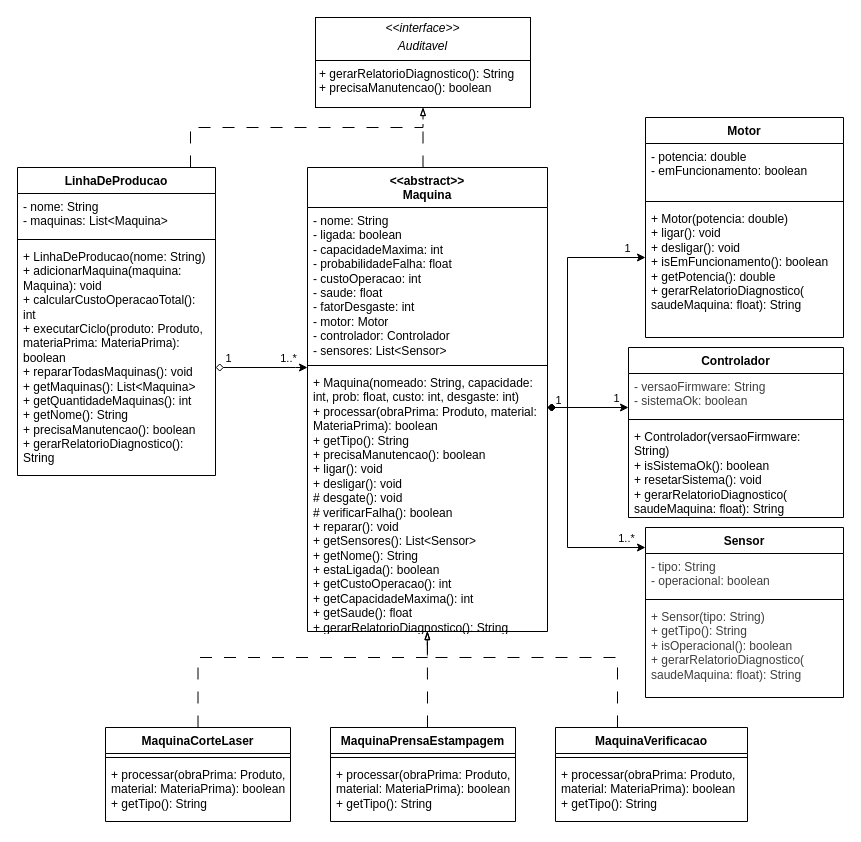
Earlier version of the draw.io diagram DiagramaLatariaProducao.drawio (Guninja/MC322-testes). Source tidied: cells renumbered, new cells numbered last; positions are measured from the earlier drawing's top-left corner, leaving out a move shared by most shapes. Both pictures are drawn from the tidied source at 100%, with x=0, y=0 at pixel (17, 17).
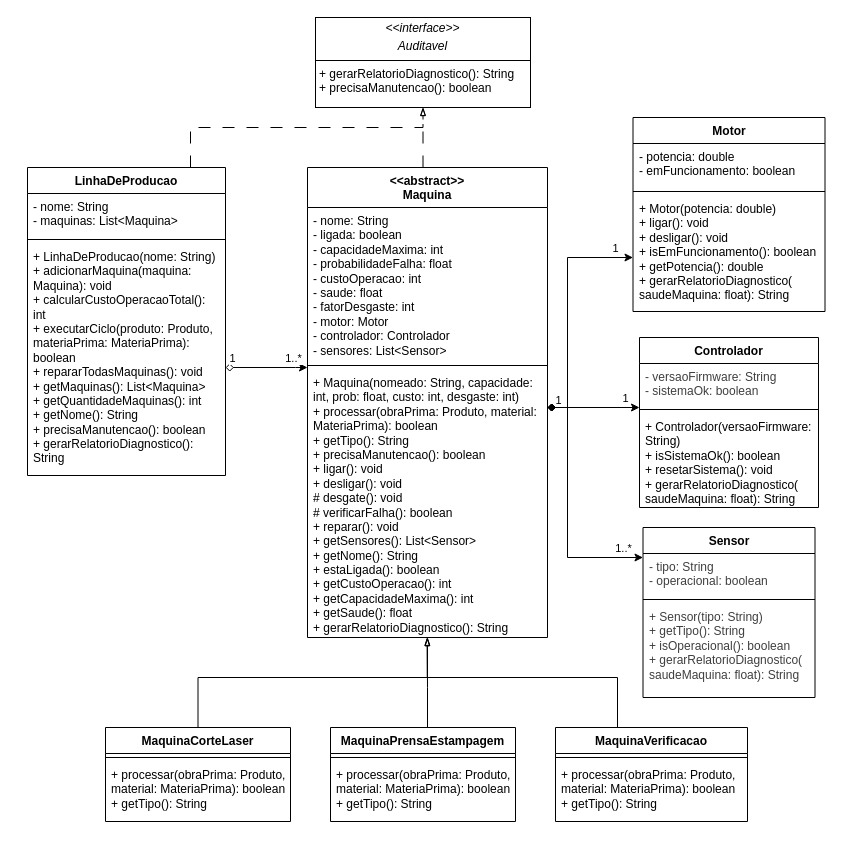
After the change.

Commit message (it also covers changes not shown here):
ajuste no diagrama

The change refers to these unchanged cells:
```xml
<mxCell id="32" value="MaquinaPrensaEstampagem" style="swimlane;fontStyle=1;align=center;verticalAlign=top;horizontal=1;startSize=26;whiteSpace=wrap;html=1;" parent="1" vertex="1">
  <mxGeometry x="313" y="710" width="185" height="94" as="geometry" />
</mxCell>
<mxCell id="35" value="MaquinaCorteLaser" style="swimlane;fontStyle=1;align=center;verticalAlign=top;horizontal=1;startSize=26;whiteSpace=wrap;html=1;" parent="1" vertex="1">
  <mxGeometry x="88" y="710" width="185" height="94" as="geometry" />
</mxCell>
<mxCell id="38" value="MaquinaVerificacao" style="swimlane;fontStyle=1;align=center;verticalAlign=top;horizontal=1;startSize=26;whiteSpace=wrap;html=1;" parent="1" vertex="1">
  <mxGeometry x="538" y="710" width="192" height="94" as="geometry" />
</mxCell>
```

Diff of the diagram source:
```diff
@@
     <mxCell id="4" value="LinhaDeProducao" style="swimlane;fontStyle=1;align=center;verticalAlign=top;horizontal=1;startSize=26;whiteSpace=wrap;html=1;" parent="1" vertex="1">
-      <mxGeometry y="150" width="198" height="308" as="geometry" />
+      <mxGeometry x="10" y="150" width="198" height="308" as="geometry" />
     </mxCell>
@@
     <mxCell id="12" style="edgeStyle=orthogonalEdgeStyle;rounded=0;jettySize=auto;html=1;defaultLabelBackgroundColor=page;startArrow=diamond;startFill=1;" parent="1" edge="1" source="16" target="24">
-      <mxGeometry x="0.12" relative="1" as="geometry">
+      <mxGeometry x="0.07" relative="1" as="geometry">
         <Array as="points">
           <mxPoint x="550" y="390" />
-          <mxPoint x="550" y="530" />
+          <mxPoint x="550" y="540" />
         </Array>
       </mxGeometry>
     </mxCell>
@@
     <mxCell id="14" value="1" style="edgeLabel;html=1;align=center;verticalAlign=middle;inheritText=1;defaultLabelBackgroundColor=page;" parent="12" vertex="1">
-      <mxGeometry x="-0.88" y="2" relative="1" as="geometry">
+      <mxGeometry x="-0.89" y="2" relative="1" as="geometry">
         <mxPoint x="-4" y="-6" as="offset" />
       </mxGeometry>
     </mxCell>
@@
     <mxCell id="16" value="&lt;div&gt;&amp;lt;&amp;lt;abstract&amp;gt;&amp;gt;&lt;/div&gt;&lt;div&gt;Maquina&lt;/div&gt;" style="swimlane;fontStyle=1;align=center;verticalAlign=top;horizontal=1;startSize=40;whiteSpace=wrap;html=1;" parent="1" vertex="1">
-      <mxGeometry x="290" y="150" width="240" height="464" as="geometry" />
+      <mxGeometry x="290" y="150" width="240" height="470" as="geometry" />
     </mxCell>
@@
     <mxCell id="19" value="&lt;div&gt;+ Maquina(nomeado: String, capacidade: int, prob: float, custo: int, desgaste: int)&lt;/div&gt;&lt;div&gt;+ processar(obraPrima: Produto, material: MateriaPrima): boolean&lt;/div&gt;&lt;div&gt;+ getTipo(): String&lt;/div&gt;&lt;div&gt;+ precisaManutencao(): boolean&lt;/div&gt;&lt;div&gt;+ ligar(): void&lt;/div&gt;&lt;div&gt;+ desligar(): void&lt;/div&gt;&lt;div&gt;# desgate(): void&lt;/div&gt;&lt;div&gt;# verificarFalha(): boolean&lt;/div&gt;&lt;div&gt;+ reparar(): void&lt;br&gt;+ getSensores(): List&amp;lt;Sensor&amp;gt;&lt;/div&gt;&lt;div&gt;+ getNome(): String&lt;/div&gt;&lt;div&gt;+ estaLigada(): boolean&lt;/div&gt;&lt;div&gt;+ getCustoOperacao(): int&lt;/div&gt;&lt;div&gt;+ getCapacidadeMaxima(): int&lt;/div&gt;&lt;div&gt;+ getSaude(): float&lt;/div&gt;&lt;div&gt;+ gerarRelatorioDiagnostico(): String&lt;/div&gt;" style="text;strokeColor=none;fillColor=none;align=left;verticalAlign=top;spacingLeft=4;spacingRight=4;overflow=hidden;points=[[0,0.5],[1,0.5]];portConstraint=eastwest;whiteSpace=wrap;html=1;" parent="16" vertex="1">
-      <mxGeometry y="202" width="240" height="262" as="geometry" />
+      <mxGeometry y="202" width="240" height="268" as="geometry" />
     </mxCell>
     <mxCell id="20" value="Motor" style="swimlane;fontStyle=1;align=center;verticalAlign=top;horizontal=1;startSize=26;whiteSpace=wrap;html=1;" parent="1" vertex="1">
-      <mxGeometry x="628" y="100" width="198" height="220" as="geometry" />
+      <mxGeometry x="615.5" y="100" width="192" height="194" as="geometry" />
     </mxCell>
-    <mxCell id="21" value="- potencia: double&lt;div&gt;- emFuncionamento: boolean&lt;/div&gt;" style="text;strokeColor=none;fillColor=none;align=left;verticalAlign=top;spacingLeft=4;spacingRight=4;overflow=hidden;whiteSpace=wrap;html=1;" parent="20" vertex="1">
-      <mxGeometry y="26" width="198" height="54" as="geometry" />
+    <mxCell id="21" value="&lt;div&gt;&lt;font color=&quot;#000000&quot;&gt;- potencia: double&lt;/font&gt;&lt;/div&gt;&lt;div&gt;- emFuncionamento: boolean&lt;/div&gt;" style="text;strokeColor=none;fillColor=none;align=left;verticalAlign=top;spacingLeft=4;spacingRight=4;overflow=hidden;whiteSpace=wrap;html=1;" parent="20" vertex="1">
+      <mxGeometry y="26" width="192" height="44" as="geometry" />
     </mxCell>
     <mxCell id="22" style="line;strokeWidth=1;fillColor=none;align=left;verticalAlign=middle;spacingTop=-1;spacingLeft=3;spacingRight=3;labelPosition=right;strokeColor=inherit;labelPerimeter=1;" parent="20" vertex="1">
-      <mxGeometry y="80" width="198" height="8" as="geometry" />
+      <mxGeometry y="70" width="192" height="8" as="geometry" />
     </mxCell>
     <mxCell id="23" value="&lt;div&gt;&lt;font color=&quot;#000000&quot;&gt;+ Motor(potencia: double)&lt;/font&gt;&lt;/div&gt;&lt;div&gt;+ ligar(): void&lt;/div&gt;&lt;div&gt;+ desligar(): void&lt;/div&gt;&lt;div&gt;+ isEmFuncionamento(): boolean&lt;/div&gt;&lt;div&gt;+ getPotencia(): double&lt;/div&gt;&lt;div&gt;+ gerarRelatorioDiagnostico(&lt;/div&gt;&lt;div&gt;saudeMaquina: float): String&lt;/div&gt;" style="text;strokeColor=none;fillColor=none;align=left;verticalAlign=top;spacingLeft=4;spacingRight=4;overflow=hidden;whiteSpace=wrap;html=1;" parent="20" vertex="1">
-      <mxGeometry y="88" width="198" height="132" as="geometry" />
+      <mxGeometry y="78" width="192" height="116" as="geometry" />
     </mxCell>
     <mxCell id="24" value="Sensor" style="swimlane;fontStyle=1;align=center;verticalAlign=top;horizontal=1;startSize=26;whiteSpace=wrap;html=1;" parent="1" vertex="1">
-      <mxGeometry x="628" y="510" width="198" height="170" as="geometry" />
+      <mxGeometry x="625.5" y="510" width="172" height="170" as="geometry" />
     </mxCell>
-    <mxCell id="25" value="&lt;div style=&quot;color: rgb(63, 63, 63); scrollbar-color: rgba(90, 99, 120, 0.4) rgb(13, 16, 23);&quot;&gt;&lt;font style=&quot;scrollbar-color: rgba(90, 99, 120, 0.4) rgb(13, 16, 23);&quot;&gt;- tipo: String&lt;/font&gt;&lt;/div&gt;&lt;div style=&quot;color: rgb(63, 63, 63); scrollbar-color: rgba(90, 99, 120, 0.4) rgb(13, 16, 23);&quot;&gt;&lt;font style=&quot;scrollbar-color: rgba(90, 99, 120, 0.4) rgb(13, 16, 23);&quot;&gt;- operacional: boolean&lt;/font&gt;&lt;/div&gt;" style="text;strokeColor=none;fillColor=none;align=left;verticalAlign=top;spacingLeft=4;spacingRight=4;overflow=hidden;whiteSpace=wrap;html=1;" parent="24" vertex="1">
-      <mxGeometry y="26" width="198" height="42" as="geometry" />
+    <mxCell id="25" value="&lt;div style=&quot;scrollbar-color: rgba(90, 99, 120, 0.4) rgb(13, 16, 23);&quot;&gt;&lt;font style=&quot;scrollbar-color: rgba(90, 99, 120, 0.4) rgb(13, 16, 23);&quot;&gt;- tipo: String&lt;/font&gt;&lt;/div&gt;&lt;div style=&quot;scrollbar-color: rgba(90, 99, 120, 0.4) rgb(13, 16, 23);&quot;&gt;&lt;font style=&quot;scrollbar-color: rgba(90, 99, 120, 0.4) rgb(13, 16, 23);&quot;&gt;- operacional: boolean&lt;/font&gt;&lt;/div&gt;" style="text;strokeColor=none;fillColor=none;align=left;verticalAlign=top;spacingLeft=4;spacingRight=4;overflow=hidden;whiteSpace=wrap;html=1;fontColor=light-dark(#3F3F3F,#FFFFFF);" parent="24" vertex="1">
+      <mxGeometry y="26" width="172" height="42" as="geometry" />
     </mxCell>
     <mxCell id="26" style="line;strokeWidth=1;fillColor=none;align=left;verticalAlign=middle;spacingTop=-1;spacingLeft=3;spacingRight=3;labelPosition=right;strokeColor=inherit;labelPerimeter=1;" parent="24" vertex="1">
-      <mxGeometry y="68" width="198" height="8" as="geometry" />
+      <mxGeometry y="68" width="172" height="8" as="geometry" />
     </mxCell>
-    <mxCell id="27" value="&lt;div style=&quot;color: rgb(63, 63, 63); scrollbar-color: rgba(90, 99, 120, 0.4) rgb(13, 16, 23);&quot;&gt;&lt;font style=&quot;scrollbar-color: rgba(90, 99, 120, 0.4) rgb(13, 16, 23);&quot;&gt;+ Sensor(tipo: String)&lt;/font&gt;&lt;/div&gt;&lt;div style=&quot;color: rgb(63, 63, 63); scrollbar-color: rgba(90, 99, 120, 0.4) rgb(13, 16, 23);&quot;&gt;&lt;font style=&quot;scrollbar-color: rgba(90, 99, 120, 0.4) rgb(13, 16, 23);&quot;&gt;+ getTipo(): String&lt;/font&gt;&lt;/div&gt;&lt;div style=&quot;color: rgb(63, 63, 63); scrollbar-color: rgba(90, 99, 120, 0.4) rgb(13, 16, 23);&quot;&gt;&lt;font style=&quot;scrollbar-color: rgba(90, 99, 120, 0.4) rgb(13, 16, 23);&quot;&gt;+ isOperacional(): boolean&lt;/font&gt;&lt;/div&gt;&lt;div style=&quot;color: rgb(63, 63, 63); scrollbar-color: rgba(90, 99, 120, 0.4) rgb(13, 16, 23);&quot;&gt;&lt;font style=&quot;scrollbar-color: rgba(90, 99, 120, 0.4) rgb(13, 16, 23);&quot;&gt;+ gerarRelatorioDiagnostico(&lt;br style=&quot;color: rgb(63, 63, 63); scrollbar-color: rgba(90, 99, 120, 0.4) rgb(13, 16, 23);&quot;&gt;saudeMaquina: float): String&lt;/font&gt;&lt;/div&gt;" style="text;strokeColor=none;fillColor=none;align=left;verticalAlign=top;spacingLeft=4;spacingRight=4;overflow=hidden;whiteSpace=wrap;html=1;" parent="24" vertex="1">
-      <mxGeometry y="76" width="198" height="94" as="geometry" />
+    <mxCell id="27" value="&lt;div style=&quot;scrollbar-color: rgba(90, 99, 120, 0.4) rgb(13, 16, 23);&quot;&gt;&lt;font style=&quot;scrollbar-color: rgba(90, 99, 120, 0.4) rgb(13, 16, 23);&quot;&gt;+ Sensor(tipo: String)&lt;/font&gt;&lt;/div&gt;&lt;div style=&quot;scrollbar-color: rgba(90, 99, 120, 0.4) rgb(13, 16, 23);&quot;&gt;&lt;font style=&quot;scrollbar-color: rgba(90, 99, 120, 0.4) rgb(13, 16, 23);&quot;&gt;+ getTipo(): String&lt;/font&gt;&lt;/div&gt;&lt;div style=&quot;scrollbar-color: rgba(90, 99, 120, 0.4) rgb(13, 16, 23);&quot;&gt;&lt;font style=&quot;scrollbar-color: rgba(90, 99, 120, 0.4) rgb(13, 16, 23);&quot;&gt;+ isOperacional(): boolean&lt;/font&gt;&lt;/div&gt;&lt;div style=&quot;scrollbar-color: rgba(90, 99, 120, 0.4) rgb(13, 16, 23);&quot;&gt;&lt;font style=&quot;scrollbar-color: rgba(90, 99, 120, 0.4) rgb(13, 16, 23);&quot;&gt;+ gerarRelatorioDiagnostico(&lt;br style=&quot;scrollbar-color: rgba(90, 99, 120, 0.4) rgb(13, 16, 23);&quot;&gt;saudeMaquina: float): String&lt;/font&gt;&lt;/div&gt;" style="text;strokeColor=none;fillColor=none;align=left;verticalAlign=top;spacingLeft=4;spacingRight=4;overflow=hidden;whiteSpace=wrap;html=1;fontColor=light-dark(#3F3F3F,#FFFFFF);" parent="24" vertex="1">
+      <mxGeometry y="76" width="172" height="94" as="geometry" />
     </mxCell>
     <mxCell id="28" value="Controlador" style="swimlane;fontStyle=1;align=center;verticalAlign=top;horizontal=1;startSize=26;whiteSpace=wrap;html=1;" parent="1" vertex="1">
-      <mxGeometry x="611" y="330" width="215" height="170" as="geometry" />
+      <mxGeometry x="622" y="320" width="179" height="170" as="geometry" />
     </mxCell>
-    <mxCell id="29" value="&lt;div style=&quot;color: rgb(63, 63, 63); scrollbar-color: rgba(90, 99, 120, 0.4) rgb(13, 16, 23);&quot;&gt;&lt;font style=&quot;scrollbar-color: rgba(90, 99, 120, 0.4) rgb(13, 16, 23);&quot;&gt;- versaoFirmware: String&lt;/font&gt;&lt;/div&gt;&lt;div style=&quot;color: rgb(63, 63, 63); scrollbar-color: rgba(90, 99, 120, 0.4) rgb(13, 16, 23);&quot;&gt;&lt;font style=&quot;scrollbar-color: rgba(90, 99, 120, 0.4) rgb(13, 16, 23);&quot;&gt;- sistemaOk: boolean&lt;/font&gt;&lt;/div&gt;" style="text;strokeColor=none;fillColor=none;align=left;verticalAlign=top;spacingLeft=4;spacingRight=4;overflow=hidden;whiteSpace=wrap;html=1;" parent="28" vertex="1">
-      <mxGeometry y="26" width="215" height="42" as="geometry" />
+    <mxCell id="29" value="&lt;div style=&quot;scrollbar-color: rgba(90, 99, 120, 0.4) rgb(13, 16, 23);&quot;&gt;&lt;div style=&quot;scrollbar-color: rgba(90, 99, 120, 0.4) rgb(13, 16, 23);&quot;&gt;- versaoFirmware: String&lt;/div&gt;&lt;div style=&quot;scrollbar-color: rgba(90, 99, 120, 0.4) rgb(13, 16, 23);&quot;&gt;- sistemaOk: boolean&lt;/div&gt;&lt;/div&gt;" style="text;strokeColor=none;fillColor=none;align=left;verticalAlign=top;spacingLeft=4;spacingRight=4;overflow=hidden;whiteSpace=wrap;html=1;fontColor=light-dark(#3F3F3F,#FFFFFF);" parent="28" vertex="1">
+      <mxGeometry y="26" width="179" height="42" as="geometry" />
     </mxCell>
     <mxCell id="30" style="line;strokeWidth=1;fillColor=none;align=left;verticalAlign=middle;spacingTop=-1;spacingLeft=3;spacingRight=3;labelPosition=right;strokeColor=inherit;labelPerimeter=1;" parent="28" vertex="1">
-      <mxGeometry y="68" width="215" height="8" as="geometry" />
+      <mxGeometry y="68" width="179" height="8" as="geometry" />
     </mxCell>
-    <mxCell id="31" value="&lt;div&gt;&lt;font color=&quot;#000000&quot;&gt;+ Controlador(versaoFirmware: String)&lt;/font&gt;&lt;/div&gt;&lt;div&gt;&lt;font color=&quot;#000000&quot;&gt;+ isSistemaOk(): boolean&lt;/font&gt;&lt;/div&gt;&lt;div&gt;&lt;font color=&quot;#000000&quot;&gt;+ resetarSistema(): void&lt;/font&gt;&lt;/div&gt;&lt;div&gt;&lt;font color=&quot;#000000&quot;&gt;+ gerarRelatorioDiagnostico(&lt;br&gt;saudeMaquina: float): String&lt;/font&gt;&lt;/div&gt;" style="text;strokeColor=none;fillColor=none;align=left;verticalAlign=top;spacingLeft=4;spacingRight=4;overflow=hidden;whiteSpace=wrap;html=1;" parent="28" vertex="1">
-      <mxGeometry y="76" width="215" height="94" as="geometry" />
+    <mxCell id="31" value="&lt;div&gt;&lt;font color=&quot;#000000&quot;&gt;+ Controlador(versaoFirmware: String)&lt;/font&gt;&lt;/div&gt;&lt;div&gt;+ isSistemaOk(): boolean&lt;/div&gt;&lt;div&gt;+ resetarSistema(): void&lt;/div&gt;&lt;div&gt;+ gerarRelatorioDiagnostico(&lt;/div&gt;&lt;div&gt;saudeMaquina: float): String&lt;/div&gt;" style="text;strokeColor=none;fillColor=none;align=left;verticalAlign=top;spacingLeft=4;spacingRight=4;overflow=hidden;whiteSpace=wrap;html=1;" parent="28" vertex="1">
+      <mxGeometry y="76" width="179" height="94" as="geometry" />
     </mxCell>
@@
-    <mxCell id="41" style="edgeStyle=orthogonalEdgeStyle;rounded=0;jettySize=auto;html=1;entryX=0.499;entryY=1.001;entryDx=0;entryDy=0;entryPerimeter=0;defaultLabelBackgroundColor=page;dashed=1;dashPattern=12 12;startArrow=none;startFill=0;endArrow=blockThin;endFill=0;" parent="1" edge="1" source="35" target="19">
+    <mxCell id="41" style="edgeStyle=orthogonalEdgeStyle;rounded=0;jettySize=auto;html=1;entryX=0.499;entryY=1.001;entryDx=0;entryDy=0;entryPerimeter=0;defaultLabelBackgroundColor=page;startArrow=none;startFill=0;endArrow=blockThin;endFill=0;" parent="1" edge="1" source="35" target="19">
       <mxGeometry x="-0.4" relative="1" as="geometry">
         <Array as="points">
-          <mxPoint x="180.5" y="640" />
-          <mxPoint x="409.8" y="640" />
+          <mxPoint x="180.5" y="660" />
+          <mxPoint x="409.8" y="660" />
         </Array>
       </mxGeometry>
     </mxCell>
-    <mxCell id="42" style="edgeStyle=orthogonalEdgeStyle;rounded=0;jettySize=auto;html=1;entryX=0.499;entryY=0.999;entryDx=0;entryDy=0;entryPerimeter=0;defaultLabelBackgroundColor=page;dashed=1;dashPattern=12 12;endArrow=blockThin;endFill=0;" parent="1" edge="1" source="32" target="19">
+    <mxCell id="42" style="edgeStyle=orthogonalEdgeStyle;rounded=0;jettySize=auto;html=1;entryX=0.499;entryY=0.999;entryDx=0;entryDy=0;entryPerimeter=0;defaultLabelBackgroundColor=page;endArrow=blockThin;endFill=0;" parent="1" edge="1" source="32" target="19">
       <mxGeometry relative="1" as="geometry">
         <Array as="points">
           <mxPoint x="410" y="670" />
           <mxPoint x="410" y="670" />
         </Array>
       </mxGeometry>
     </mxCell>
-    <mxCell id="43" style="edgeStyle=orthogonalEdgeStyle;rounded=0;jettySize=auto;html=1;defaultLabelBackgroundColor=page;dashed=1;dashPattern=12 12;endArrow=blockThin;endFill=0;" parent="1" edge="1" source="38">
-      <mxGeometry x="-0.03" relative="1" as="geometry">
-        <mxPoint x="410" y="614" as="targetPoint" />
+    <mxCell id="43" style="edgeStyle=orthogonalEdgeStyle;rounded=0;jettySize=auto;html=1;defaultLabelBackgroundColor=page;endArrow=blockThin;endFill=0;entryX=0.5;entryY=1;entryDx=0;entryDy=0;" parent="1" edge="1" source="38" target="16">
+      <mxGeometry x="-0.01" relative="1" as="geometry">
         <Array as="points">
-          <mxPoint x="600" y="640" />
-          <mxPoint x="410" y="640" />
+          <mxPoint x="600" y="660" />
+          <mxPoint x="410" y="660" />
         </Array>
       </mxGeometry>
     </mxCell>
```
